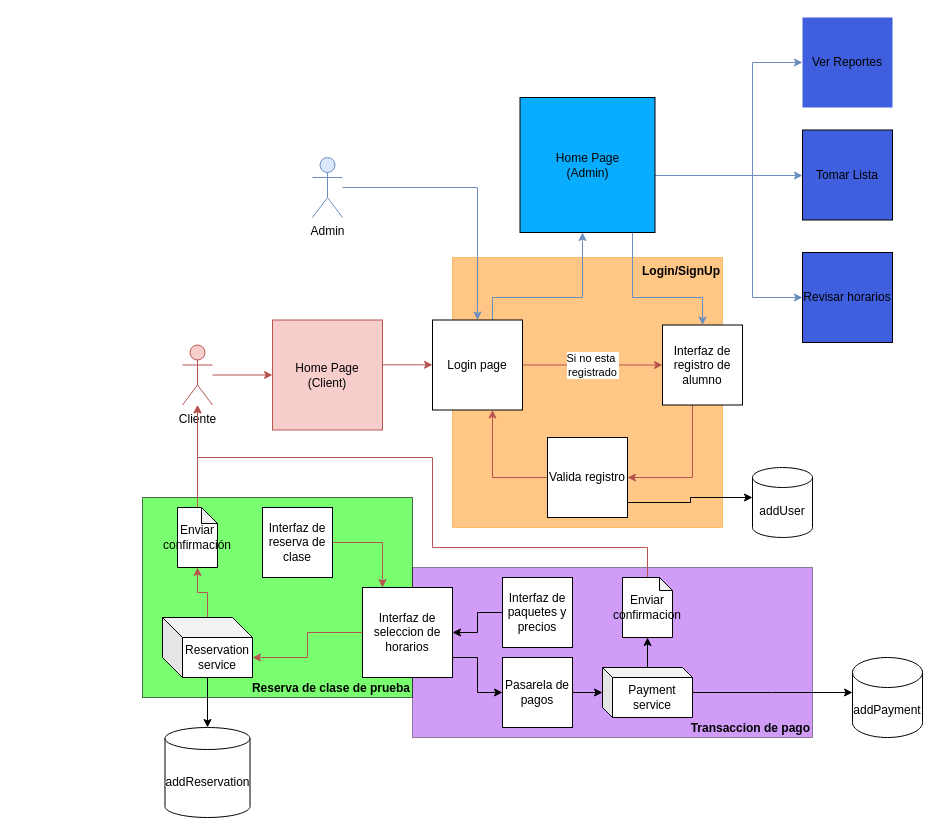
Earlier version of the draw.io diagram Untitled Diagram.drawio (guillermo9301/isil-final-project). Source tidied: cells renumbered, new cells numbered last; positions are measured from the earlier drawing's top-left corner, leaving out a move shared by most shapes. Both pictures are drawn from the tidied source at 100%, with x=0, y=0 at pixel (142, 17).
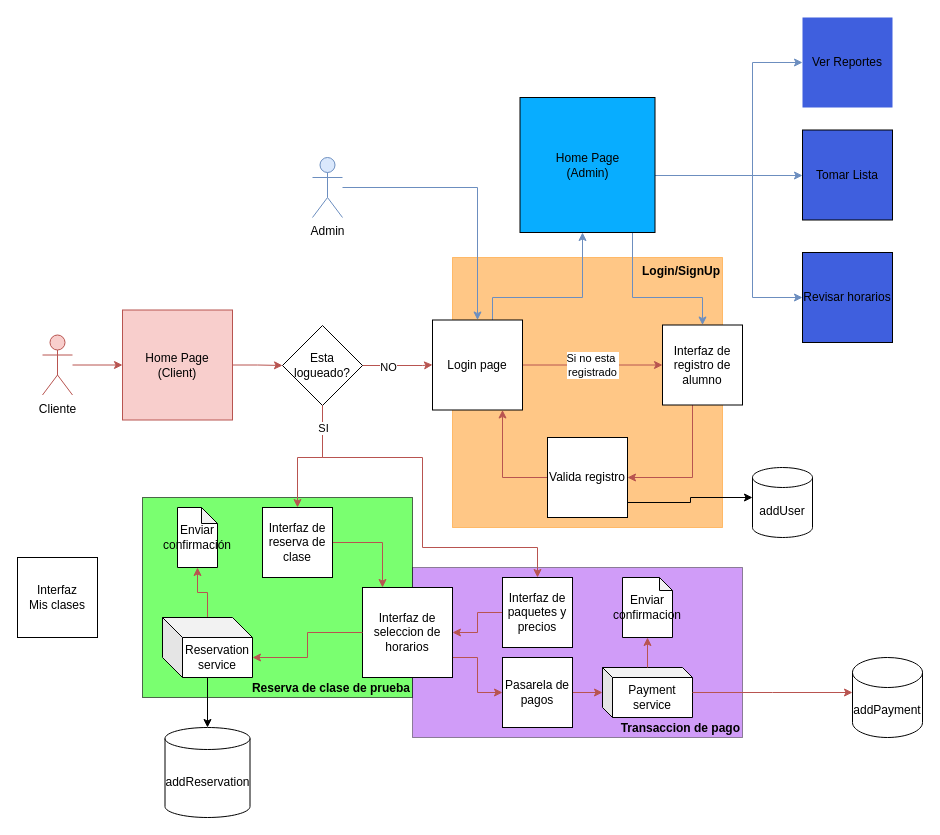
The same diagram, later.

Unchanged cells that the change refers to:
```xml
<mxCell id="5" value="Login page" style="whiteSpace=wrap;html=1;" parent="1" vertex="1">
  <mxGeometry x="290" y="302.5" width="90" height="90" as="geometry" />
</mxCell>
<mxCell id="22" value="Valida registro" style="whiteSpace=wrap;html=1;" parent="1" vertex="1">
  <mxGeometry x="405" y="420" width="80" height="80" as="geometry" />
</mxCell>
<mxCell id="27" value="Interfaz de reserva de clase" style="whiteSpace=wrap;html=1;" parent="1" vertex="1">
  <mxGeometry x="120" y="490" width="70" height="70" as="geometry" />
</mxCell>
<mxCell id="32" value="Enviar confirmación" style="shape=note;whiteSpace=wrap;html=1;backgroundOutline=1;darkOpacity=0.05;size=16;" parent="1" vertex="1">
  <mxGeometry x="35" y="490" width="40" height="60" as="geometry" />
</mxCell>
<mxCell id="35" value="Interfaz de paquetes y precios" style="whiteSpace=wrap;html=1;" parent="1" vertex="1">
  <mxGeometry x="360" y="560" width="70" height="70" as="geometry" />
</mxCell>
<mxCell id="37" value="Interfaz de seleccion de horarios" style="whiteSpace=wrap;html=1;" parent="1" vertex="1">
  <mxGeometry x="220" y="570" width="90" height="90" as="geometry" />
</mxCell>
<mxCell id="39" value="Pasarela de pagos" style="whiteSpace=wrap;html=1;" parent="1" vertex="1">
  <mxGeometry x="360" y="640" width="70" height="70" as="geometry" />
</mxCell>
<mxCell id="40" value="Payment service" style="shape=cube;whiteSpace=wrap;html=1;boundedLbl=1;backgroundOutline=1;darkOpacity=0.05;darkOpacity2=0.1;size=10;" parent="1" vertex="1">
  <mxGeometry x="460" y="650" width="90" height="50" as="geometry" />
</mxCell>
<mxCell id="43" value="Enviar confirmacion" style="shape=note;whiteSpace=wrap;html=1;backgroundOutline=1;darkOpacity=0.05;size=13;" parent="1" vertex="1">
  <mxGeometry x="480" y="560" width="50" height="60" as="geometry" />
</mxCell>
```

Diff of the diagram source:
```diff
@@
-    <mxCell id="6" style="edgeStyle=orthogonalEdgeStyle;rounded=0;orthogonalLoop=1;jettySize=auto;html=1;fillColor=#f8cecc;strokeColor=#b85450;" parent="1" edge="1">
+    <mxCell id="6" style="edgeStyle=orthogonalEdgeStyle;rounded=0;jettySize=auto;html=1;fillColor=#f8cecc;strokeColor=#b85450;exitX=1;exitY=0.5;exitDx=0;exitDy=0;" parent="1" edge="1" source="52">
       <mxGeometry relative="1" as="geometry">
-        <mxPoint x="240" y="347.3" as="sourcePoint" />
         <mxPoint x="290" y="347.3" as="targetPoint" />
         <Array as="points">
-          <mxPoint x="280" y="347.8" />
-          <mxPoint x="280" y="347.8" />
+          <mxPoint x="280" y="348" />
         </Array>
       </mxGeometry>
     </mxCell>
+    <mxCell id="49" value="NO" style="edgeLabel;html=1;align=center;verticalAlign=middle;" parent="6" vertex="1">
+      <mxGeometry x="-0.3" y="-1" relative="1" as="geometry" />
+    </mxCell>
+    <mxCell id="50" style="edgeStyle=orthogonalEdgeStyle;rounded=0;jettySize=auto;html=1;entryX=0;entryY=0.5;entryDx=0;entryDy=0;fillColor=#f8cecc;strokeColor=#b85450;" parent="1" edge="1" source="7" target="52">
+      <mxGeometry relative="1" as="geometry" />
+    </mxCell>
     <mxCell id="7" value="Home Page&lt;div&gt;(Client)&lt;/div&gt;" style="whiteSpace=wrap;html=1;fillColor=#f8cecc;strokeColor=#b85450;" parent="1" vertex="1">
-      <mxGeometry x="130" y="302.5" width="110" height="110" as="geometry" />
+      <mxGeometry x="-20" y="292.5" width="110" height="110" as="geometry" />
     </mxCell>
@@
     <mxCell id="16" value="&lt;div&gt;Cliente&lt;/div&gt;" style="shape=umlActor;verticalLabelPosition=bottom;verticalAlign=top;html=1;outlineConnect=0;fillColor=#f8cecc;strokeColor=#b85450;" parent="1" vertex="1">
-      <mxGeometry x="40" y="327.5" width="30" height="60" as="geometry" />
+      <mxGeometry x="-100" y="317.5" width="30" height="60" as="geometry" />
     </mxCell>
@@
     <mxCell id="20" style="edgeStyle=orthogonalEdgeStyle;rounded=0;jettySize=auto;html=1;fillColor=#f8cecc;strokeColor=#b85450;" parent="1" edge="1" source="22" target="5">
       <mxGeometry relative="1" as="geometry">
         <Array as="points">
-          <mxPoint x="350" y="460" />
+          <mxPoint x="360" y="460" />
         </Array>
       </mxGeometry>
     </mxCell>
@@
-    <mxCell id="31" style="edgeStyle=orthogonalEdgeStyle;rounded=0;jettySize=auto;html=1;fillColor=#f8cecc;strokeColor=#b85450;" parent="1" edge="1" source="32" target="16">
-      <mxGeometry relative="1" as="geometry" />
-    </mxCell>
@@
     <mxCell id="33" value="Transaccion de pago" style="rounded=0;whiteSpace=wrap;html=1;fillColor=#8A09ED;opacity=40;align=right;verticalAlign=bottom;fontStyle=1;" parent="1" vertex="1">
-      <mxGeometry x="270" y="550" width="400" height="170" as="geometry" />
+      <mxGeometry x="270" y="550" width="330" height="170" as="geometry" />
     </mxCell>
-    <mxCell id="34" style="edgeStyle=orthogonalEdgeStyle;rounded=0;jettySize=auto;html=1;entryX=1;entryY=0.5;entryDx=0;entryDy=0;" parent="1" edge="1" source="35" target="37">
+    <mxCell id="34" style="edgeStyle=orthogonalEdgeStyle;rounded=0;jettySize=auto;html=1;entryX=1;entryY=0.5;entryDx=0;entryDy=0;fillColor=#f8cecc;strokeColor=#b85450;" parent="1" edge="1" source="35" target="37">
       <mxGeometry relative="1" as="geometry" />
     </mxCell>
@@
-    <mxCell id="36" style="edgeStyle=orthogonalEdgeStyle;rounded=0;jettySize=auto;html=1;" parent="1" edge="1" source="37" target="39">
+    <mxCell id="36" style="edgeStyle=orthogonalEdgeStyle;rounded=0;jettySize=auto;html=1;fillColor=#f8cecc;strokeColor=#b85450;" parent="1" edge="1" source="37" target="39">
       <mxGeometry relative="1" as="geometry">
         <Array as="points">
           <mxPoint x="335" y="640" />
           <mxPoint x="335" y="675" />
         </Array>
       </mxGeometry>
     </mxCell>
@@
-    <mxCell id="38" style="edgeStyle=orthogonalEdgeStyle;rounded=0;jettySize=auto;html=1;" parent="1" edge="1" source="39" target="40">
+    <mxCell id="38" style="edgeStyle=orthogonalEdgeStyle;rounded=0;jettySize=auto;html=1;fillColor=#f8cecc;strokeColor=#b85450;" parent="1" edge="1" source="39" target="40">
       <mxGeometry relative="1" as="geometry" />
     </mxCell>
@@
-    <mxCell id="42" style="edgeStyle=orthogonalEdgeStyle;rounded=0;jettySize=auto;html=1;fillColor=#f8cecc;strokeColor=#b85450;" parent="1" edge="1" source="43" target="16">
-      <mxGeometry relative="1" as="geometry">
-        <Array as="points">
-          <mxPoint x="505" y="530" />
-          <mxPoint x="290" y="530" />
-          <mxPoint x="290" y="440" />
-          <mxPoint x="55" y="440" />
-        </Array>
-      </mxGeometry>
-    </mxCell>
@@
-    <mxCell id="44" style="edgeStyle=orthogonalEdgeStyle;rounded=0;jettySize=auto;html=1;entryX=0.5;entryY=1;entryDx=0;entryDy=0;entryPerimeter=0;" parent="1" edge="1" source="40" target="43">
+    <mxCell id="44" style="edgeStyle=orthogonalEdgeStyle;rounded=0;jettySize=auto;html=1;entryX=0.5;entryY=1;entryDx=0;entryDy=0;entryPerimeter=0;fillColor=#f8cecc;strokeColor=#b85450;" parent="1" edge="1" source="40" target="43">
       <mxGeometry relative="1" as="geometry" />
     </mxCell>
@@
-    <mxCell id="48" style="edgeStyle=orthogonalEdgeStyle;rounded=0;jettySize=auto;html=1;" parent="1" edge="1" source="40">
+    <mxCell id="48" style="edgeStyle=orthogonalEdgeStyle;rounded=0;jettySize=auto;html=1;fillColor=#f8cecc;strokeColor=#b85450;" parent="1" edge="1" source="40">
       <mxGeometry relative="1" as="geometry">
         <mxPoint x="710" y="675" as="targetPoint" />
       </mxGeometry>
     </mxCell>
+    <mxCell id="51" style="edgeStyle=orthogonalEdgeStyle;rounded=0;jettySize=auto;html=1;fillColor=#f8cecc;strokeColor=#b85450;" parent="1" edge="1" source="52" target="35">
+      <mxGeometry relative="1" as="geometry">
+        <Array as="points">
+          <mxPoint x="180" y="440" />
+          <mxPoint x="280" y="440" />
+          <mxPoint x="280" y="530" />
+          <mxPoint x="395" y="530" />
+        </Array>
+      </mxGeometry>
+    </mxCell>
+    <mxCell id="52" value="Esta logueado?" style="rhombus;whiteSpace=wrap;html=1;" parent="1" vertex="1">
+      <mxGeometry x="140" y="308" width="80" height="80" as="geometry" />
+    </mxCell>
+    <mxCell id="53" style="edgeStyle=orthogonalEdgeStyle;rounded=0;jettySize=auto;html=1;fillColor=#f8cecc;strokeColor=#b85450;" parent="1" edge="1" source="52" target="27">
+      <mxGeometry relative="1" as="geometry">
+        <Array as="points">
+          <mxPoint x="180" y="440" />
+          <mxPoint x="155" y="440" />
+        </Array>
+      </mxGeometry>
+    </mxCell>
+    <mxCell id="54" value="SI" style="edgeLabel;html=1;align=center;verticalAlign=middle;" parent="53" vertex="1">
+      <mxGeometry x="-0.43" y="-3" relative="1" as="geometry">
+        <mxPoint x="3" y="-14" as="offset" />
+      </mxGeometry>
+    </mxCell>
+    <mxCell id="55" value="&lt;div&gt;Interfaz&lt;/div&gt;Mis clases" style="whiteSpace=wrap;html=1;" parent="1" vertex="1">
+      <mxGeometry x="-125" y="540" width="80" height="80" as="geometry" />
+    </mxCell>
```
